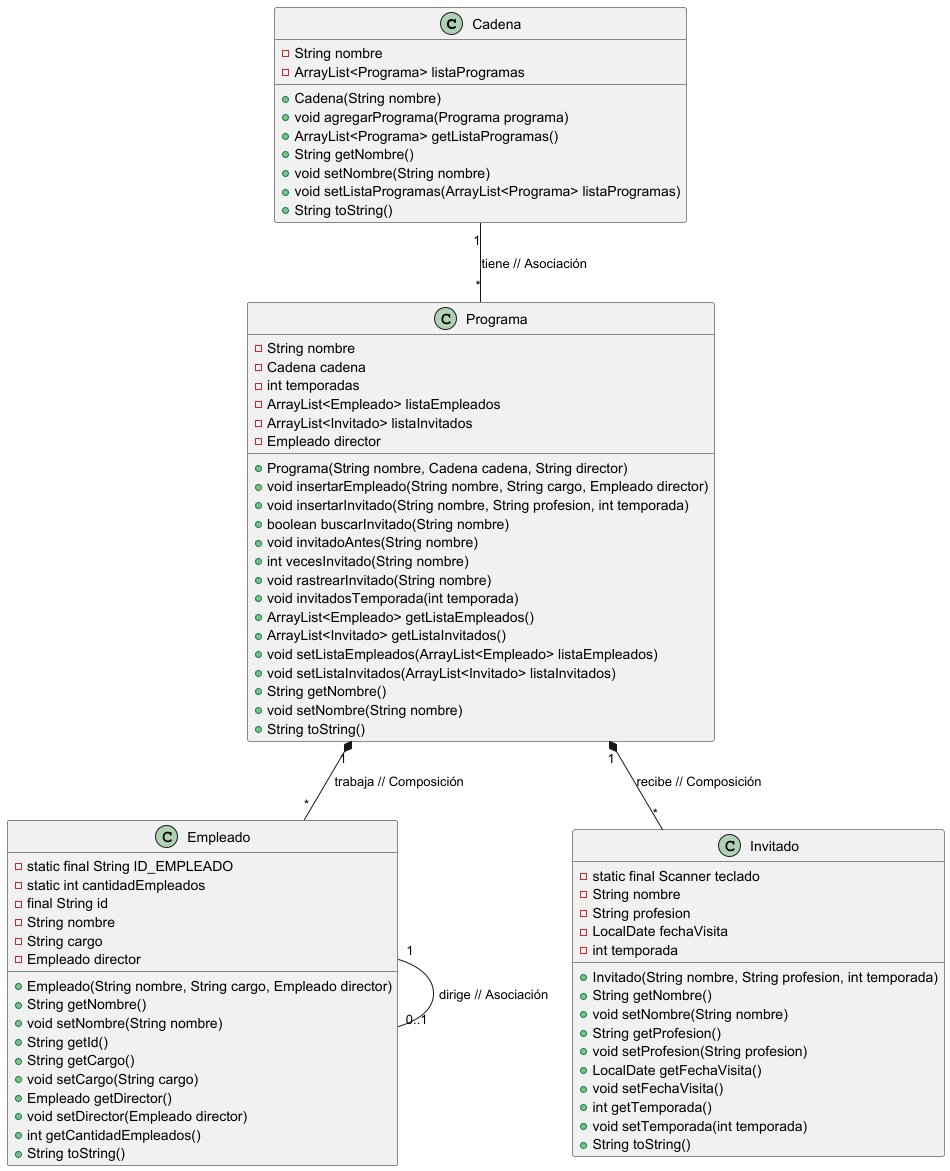
Above: src/main/java/com/poo/Practica_1/PlantUML/diagrama.png in fustran/Ejercicios_Ivan_Poo (PlantUML), before the change. The source it was exported from:
```plantuml
@startuml

class Cadena {
    - String nombre
    - ArrayList<Programa> listaProgramas
    + Cadena(String nombre)
    + void agregarPrograma(Programa programa)
    + ArrayList<Programa> getListaProgramas()
    + String getNombre()
    + void setNombre(String nombre)
    + void setListaProgramas(ArrayList<Programa> listaProgramas)
    + String toString()
}

class Programa {
    - String nombre
    - Cadena cadena
    - int temporadas
    - ArrayList<Empleado> listaEmpleados
    - ArrayList<Invitado> listaInvitados
    - Empleado director
    + Programa(String nombre, Cadena cadena, String director)
    + void insertarEmpleado(String nombre, String cargo, Empleado director)
    + void insertarInvitado(String nombre, String profesion, int temporada)
    + boolean buscarInvitado(String nombre)
    + void invitadoAntes(String nombre)
    + int vecesInvitado(String nombre)
    + void rastrearInvitado(String nombre)
    + void invitadosTemporada(int temporada)
    + ArrayList<Empleado> getListaEmpleados()
    + ArrayList<Invitado> getListaInvitados()
    + void setListaEmpleados(ArrayList<Empleado> listaEmpleados)
    + void setListaInvitados(ArrayList<Invitado> listaInvitados)
    + String getNombre()
    + void setNombre(String nombre)
    + String toString()
}

class Empleado {
    - static final String ID_EMPLEADO
    - static int cantidadEmpleados
    - final String id
    - String nombre
    - String cargo
    - Empleado director
    + Empleado(String nombre, String cargo, Empleado director)
    + String getNombre()
    + void setNombre(String nombre)
    + String getId()
    + String getCargo()
    + void setCargo(String cargo)
    + Empleado getDirector()
    + void setDirector(Empleado director)
    + int getCantidadEmpleados()
    + String toString()
}

class Invitado {
    - static final Scanner teclado
    - String nombre
    - String profesion
    - LocalDate fechaVisita
    - int temporada
    + Invitado(String nombre, String profesion, int temporada)
    + String getNombre()
    + void setNombre(String nombre)
    + String getProfesion()
    + void setProfesion(String profesion)
    + LocalDate getFechaVisita()
    + void setFechaVisita()
    + int getTemporada()
    + void setTemporada(int temporada)
    + String toString()
}

Cadena "1" -- "*" Programa : tiene // Asociación
Programa "1" *-- "*" Empleado : trabaja // Composición
Programa "1" *-- "*" Invitado : recibe // Composición
Empleado "1" -- "0..1" Empleado : dirige // Asociación

@enduml
```
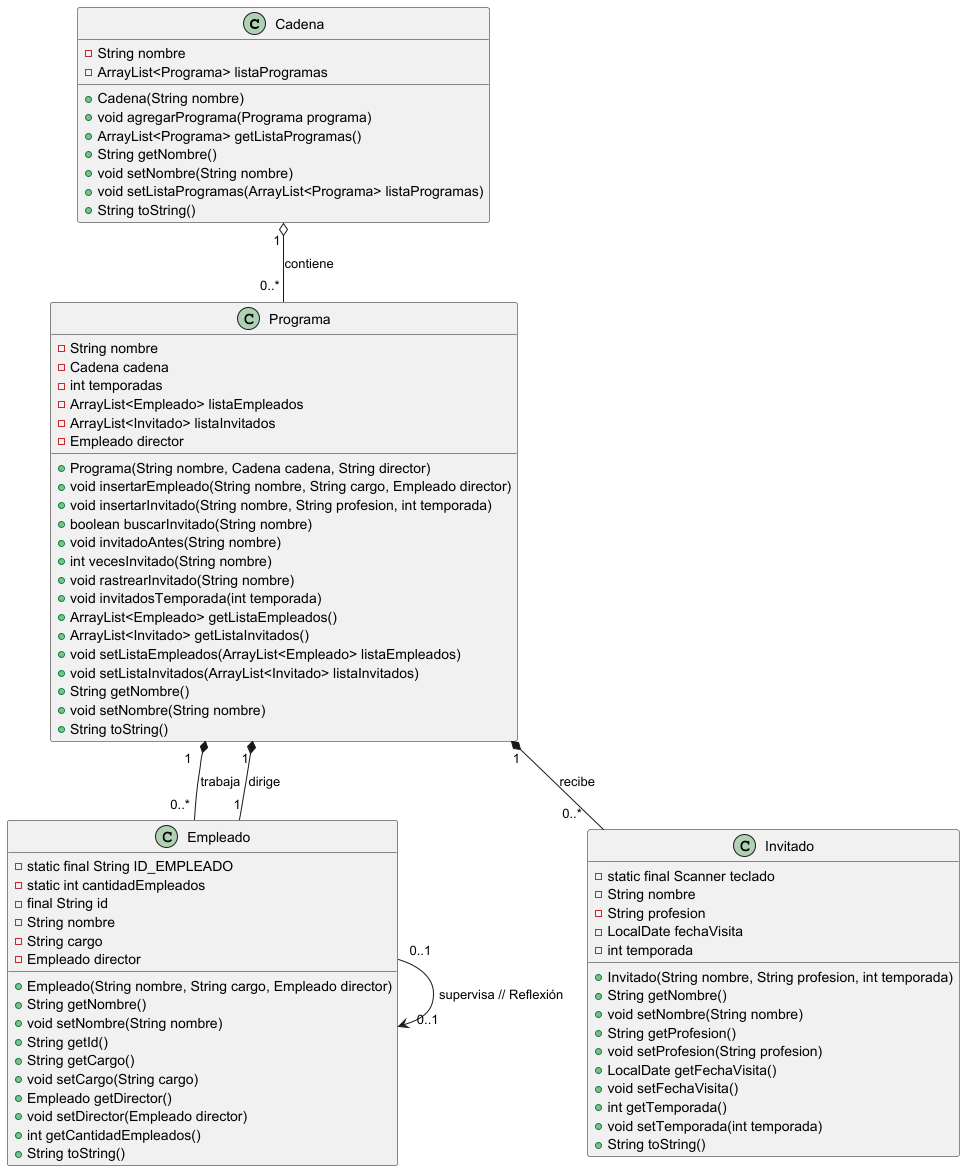
The same diagram one commit later.

Commit message:
diagrama corregido

Diff of the diagram source:
```diff
@@ -73,9 +73,10 @@
     + String toString()
 }
 
-Cadena "1" -- "*" Programa : tiene // Asociación
-Programa "1" *-- "*" Empleado : trabaja // Composición
-Programa "1" *-- "*" Invitado : recibe // Composición
-Empleado "1" -- "0..1" Empleado : dirige // Asociación
+Cadena "1 " o-- "0..* " Programa : contiene
+Programa "1   " *-- "0..* " Empleado : trabaja
+Programa "1 " *-- "1" Empleado : dirige
+Programa "1" *-- "0..*    " Invitado : recibe
+Empleado " 0..1" --> "   0..1" Empleado : supervisa // Reflexión
 
 @enduml
```
